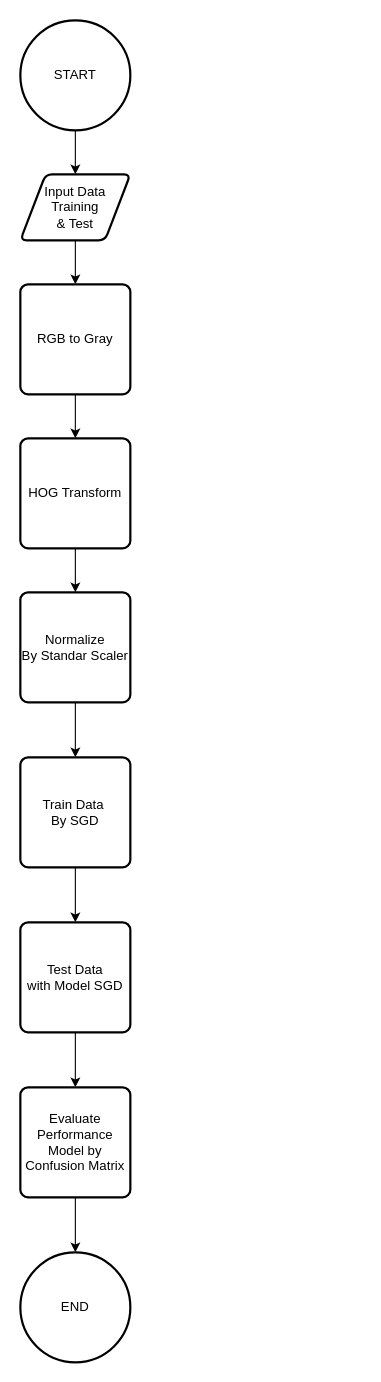
priaJuli/AI_docs_classification keeps this draw.io diagram as Untitled Diagram.drawio. Above is the earlier version. Source tidied: cells renumbered, new cells numbered last; positions are measured from the earlier drawing's top-left corner, leaving out a move shared by most shapes. Both pictures are drawn from the tidied source at 110%, with x=0, y=0 at pixel (20, 20).
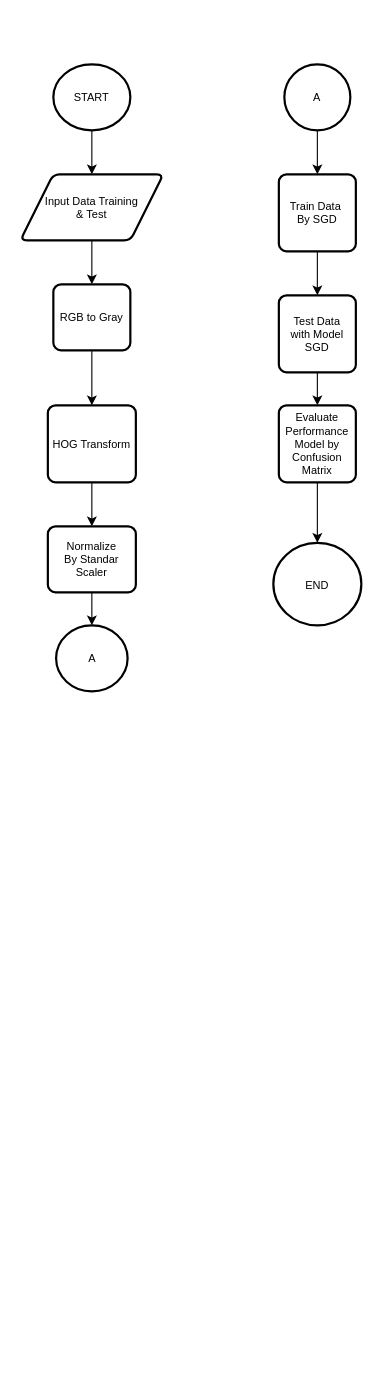
The same diagram, later.

The edit, as a diff of the source:
```diff
@@
-    <mxCell id="2" style="edgeStyle=orthogonalEdgeStyle;rounded=0;jettySize=auto;html=1;exitX=0.5;exitY=1;exitDx=0;exitDy=0;exitPerimeter=0;entryX=0.5;entryY=0;entryDx=0;entryDy=0;" parent="1" edge="1" source="3" target="5">
+    <mxCell id="2" style="edgeStyle=orthogonalEdgeStyle;rounded=0;jettySize=auto;html=1;exitX=0.5;exitY=1;exitDx=0;exitDy=0;exitPerimeter=0;entryX=0.5;entryY=0;entryDx=0;entryDy=0;fontSize=10;" parent="1" edge="1" source="3" target="5">
       <mxGeometry relative="1" as="geometry" />
     </mxCell>
-    <mxCell id="3" value="START" style="strokeWidth=2;html=1;shape=mxgraph.flowchart.start_2;whiteSpace=wrap;" parent="1" vertex="1">
-      <mxGeometry width="100" height="100" as="geometry" />
+    <mxCell id="3" value="START" style="strokeWidth=2;html=1;shape=mxgraph.flowchart.start_2;whiteSpace=wrap;fontSize=10;" parent="1" vertex="1">
+      <mxGeometry x="30" y="40" width="70" height="60" as="geometry" />
     </mxCell>
-    <mxCell id="4" style="edgeStyle=orthogonalEdgeStyle;rounded=0;jettySize=auto;html=1;entryX=0.5;entryY=0;entryDx=0;entryDy=0;" parent="1" edge="1" source="5" target="7">
+    <mxCell id="4" style="edgeStyle=orthogonalEdgeStyle;rounded=0;jettySize=auto;html=1;entryX=0.5;entryY=0;entryDx=0;entryDy=0;fontSize=10;" parent="1" edge="1" source="5" target="7">
       <mxGeometry relative="1" as="geometry" />
     </mxCell>
-    <mxCell id="5" value="Input Data Training &lt;br&gt;&amp;amp; Test" style="shape=parallelogram;html=1;strokeWidth=2;perimeter=parallelogramPerimeter;whiteSpace=wrap;rounded=1;arcSize=12;size=0.23;" parent="1" vertex="1">
-      <mxGeometry y="140" width="100" height="60" as="geometry" />
+    <mxCell id="5" value="Input Data Training &lt;br style=&quot;font-size: 10px;&quot;&gt;&amp;amp; Test" style="shape=parallelogram;html=1;strokeWidth=2;perimeter=parallelogramPerimeter;whiteSpace=wrap;rounded=1;arcSize=12;size=0.23;fontSize=10;" parent="1" vertex="1">
+      <mxGeometry y="140" width="130" height="60" as="geometry" />
     </mxCell>
-    <mxCell id="6" style="edgeStyle=orthogonalEdgeStyle;rounded=0;jettySize=auto;html=1;exitX=0.5;exitY=1;exitDx=0;exitDy=0;entryX=0.5;entryY=0;entryDx=0;entryDy=0;" parent="1" edge="1" source="7" target="9">
+    <mxCell id="6" style="edgeStyle=orthogonalEdgeStyle;rounded=0;jettySize=auto;html=1;exitX=0.5;exitY=1;exitDx=0;exitDy=0;entryX=0.5;entryY=0;entryDx=0;entryDy=0;fontSize=10;" parent="1" edge="1" source="7" target="9">
       <mxGeometry relative="1" as="geometry" />
     </mxCell>
-    <mxCell id="7" value="RGB to Gray" style="rounded=1;whiteSpace=wrap;html=1;absoluteArcSize=1;arcSize=14;strokeWidth=2;" parent="1" vertex="1">
-      <mxGeometry y="240" width="100" height="100" as="geometry" />
+    <mxCell id="7" value="RGB to Gray" style="rounded=1;whiteSpace=wrap;html=1;absoluteArcSize=1;arcSize=14;strokeWidth=2;fontSize=10;" parent="1" vertex="1">
+      <mxGeometry x="30" y="240" width="70" height="60" as="geometry" />
     </mxCell>
-    <mxCell id="8" style="edgeStyle=orthogonalEdgeStyle;rounded=0;jettySize=auto;html=1;exitX=0.5;exitY=1;exitDx=0;exitDy=0;entryX=0.5;entryY=0;entryDx=0;entryDy=0;" parent="1" edge="1" source="9" target="11">
+    <mxCell id="8" style="edgeStyle=orthogonalEdgeStyle;rounded=0;jettySize=auto;html=1;exitX=0.5;exitY=1;exitDx=0;exitDy=0;entryX=0.5;entryY=0;entryDx=0;entryDy=0;fontSize=10;" parent="1" edge="1" source="9" target="11">
       <mxGeometry relative="1" as="geometry" />
     </mxCell>
-    <mxCell id="9" value="HOG Transform" style="rounded=1;whiteSpace=wrap;html=1;absoluteArcSize=1;arcSize=14;strokeWidth=2;" parent="1" vertex="1">
-      <mxGeometry y="380" width="100" height="100" as="geometry" />
+    <mxCell id="9" value="HOG Transform" style="rounded=1;whiteSpace=wrap;html=1;absoluteArcSize=1;arcSize=14;strokeWidth=2;fontSize=10;" parent="1" vertex="1">
+      <mxGeometry x="25" y="350" width="80" height="70" as="geometry" />
     </mxCell>
-    <mxCell id="10" style="edgeStyle=orthogonalEdgeStyle;rounded=0;jettySize=auto;html=1;exitX=0.5;exitY=1;exitDx=0;exitDy=0;entryX=0.5;entryY=0;entryDx=0;entryDy=0;" parent="1" edge="1" source="11" target="13">
+    <mxCell id="10" style="edgeStyle=orthogonalEdgeStyle;rounded=0;jettySize=auto;html=1;exitX=0.5;exitY=1;exitDx=0;exitDy=0;fontSize=10;" parent="1" edge="1" source="11" target="19">
       <mxGeometry relative="1" as="geometry" />
     </mxCell>
-    <mxCell id="11" value="Normalize&lt;br&gt;By Standar Scaler" style="rounded=1;whiteSpace=wrap;html=1;absoluteArcSize=1;arcSize=14;strokeWidth=2;" parent="1" vertex="1">
-      <mxGeometry y="520" width="100" height="100" as="geometry" />
+    <mxCell id="11" value="Normalize&lt;br style=&quot;font-size: 10px;&quot;&gt;By Standar Scaler" style="rounded=1;whiteSpace=wrap;html=1;absoluteArcSize=1;arcSize=14;strokeWidth=2;fontSize=10;" parent="1" vertex="1">
+      <mxGeometry x="25" y="460" width="80" height="60" as="geometry" />
     </mxCell>
-    <mxCell id="12" style="edgeStyle=orthogonalEdgeStyle;rounded=0;jettySize=auto;html=1;exitX=0.5;exitY=1;exitDx=0;exitDy=0;entryX=0.5;entryY=0;entryDx=0;entryDy=0;" parent="1" edge="1" source="13" target="15">
+    <mxCell id="12" style="edgeStyle=orthogonalEdgeStyle;rounded=0;jettySize=auto;html=1;exitX=0.5;exitY=1;exitDx=0;exitDy=0;entryX=0.5;entryY=0;entryDx=0;entryDy=0;fontSize=10;" parent="1" edge="1" source="13" target="15">
       <mxGeometry relative="1" as="geometry" />
     </mxCell>
-    <mxCell id="13" value="Train Data&amp;nbsp;&lt;br&gt;By SGD" style="rounded=1;whiteSpace=wrap;html=1;absoluteArcSize=1;arcSize=14;strokeWidth=2;" parent="1" vertex="1">
-      <mxGeometry y="670" width="100" height="100" as="geometry" />
+    <mxCell id="13" value="Train Data&amp;nbsp;&lt;br style=&quot;font-size: 10px;&quot;&gt;By SGD" style="rounded=1;whiteSpace=wrap;html=1;absoluteArcSize=1;arcSize=14;strokeWidth=2;fontSize=10;" parent="1" vertex="1">
+      <mxGeometry x="235" y="140" width="70" height="70" as="geometry" />
     </mxCell>
-    <mxCell id="14" style="edgeStyle=orthogonalEdgeStyle;rounded=0;jettySize=auto;html=1;exitX=0.5;exitY=1;exitDx=0;exitDy=0;entryX=0.5;entryY=0;entryDx=0;entryDy=0;" parent="1" edge="1" source="15" target="17">
+    <mxCell id="14" style="edgeStyle=orthogonalEdgeStyle;rounded=0;jettySize=auto;html=1;exitX=0.5;exitY=1;exitDx=0;exitDy=0;entryX=0.5;entryY=0;entryDx=0;entryDy=0;fontSize=10;" parent="1" edge="1" source="15" target="17">
       <mxGeometry relative="1" as="geometry" />
     </mxCell>
-    <mxCell id="15" value="Test Data&lt;br&gt;with Model SGD" style="rounded=1;whiteSpace=wrap;html=1;absoluteArcSize=1;arcSize=14;strokeWidth=2;" parent="1" vertex="1">
-      <mxGeometry y="820" width="100" height="100" as="geometry" />
+    <mxCell id="15" value="Test Data&lt;br style=&quot;font-size: 10px;&quot;&gt;with Model SGD" style="rounded=1;whiteSpace=wrap;html=1;absoluteArcSize=1;arcSize=14;strokeWidth=2;fontSize=10;" parent="1" vertex="1">
+      <mxGeometry x="235" y="250" width="70" height="70" as="geometry" />
     </mxCell>
-    <mxCell id="16" style="edgeStyle=orthogonalEdgeStyle;rounded=0;jettySize=auto;html=1;exitX=0.5;exitY=1;exitDx=0;exitDy=0;entryX=0.5;entryY=0;entryDx=0;entryDy=0;entryPerimeter=0;" parent="1" edge="1" source="17" target="18">
+    <mxCell id="16" style="edgeStyle=orthogonalEdgeStyle;rounded=0;jettySize=auto;html=1;exitX=0.5;exitY=1;exitDx=0;exitDy=0;entryX=0.5;entryY=0;entryDx=0;entryDy=0;entryPerimeter=0;fontSize=10;" parent="1" edge="1" source="17" target="18">
       <mxGeometry relative="1" as="geometry" />
     </mxCell>
-    <mxCell id="17" value="Evaluate Performance Model by&lt;br&gt;Confusion Matrix" style="rounded=1;whiteSpace=wrap;html=1;absoluteArcSize=1;arcSize=14;strokeWidth=2;" parent="1" vertex="1">
-      <mxGeometry y="970" width="100" height="100" as="geometry" />
+    <mxCell id="17" value="Evaluate Performance Model by&lt;br style=&quot;font-size: 10px;&quot;&gt;Confusion Matrix" style="rounded=1;whiteSpace=wrap;html=1;absoluteArcSize=1;arcSize=14;strokeWidth=2;fontSize=10;" parent="1" vertex="1">
+      <mxGeometry x="235" y="350" width="70" height="70" as="geometry" />
     </mxCell>
-    <mxCell id="18" value="END" style="strokeWidth=2;html=1;shape=mxgraph.flowchart.start_2;whiteSpace=wrap;" parent="1" vertex="1">
-      <mxGeometry y="1120" width="100" height="100" as="geometry" />
+    <mxCell id="18" value="END" style="strokeWidth=2;html=1;shape=mxgraph.flowchart.start_2;whiteSpace=wrap;fontSize=10;" parent="1" vertex="1">
+      <mxGeometry x="230" y="475" width="80" height="75" as="geometry" />
     </mxCell>
+    <mxCell id="19" value="A" style="strokeWidth=2;html=1;shape=mxgraph.flowchart.start_2;whiteSpace=wrap;fontSize=10;" parent="1" vertex="1">
+      <mxGeometry x="32.5" y="550" width="65" height="60" as="geometry" />
+    </mxCell>
+    <mxCell id="20" style="edgeStyle=orthogonalEdgeStyle;rounded=0;jettySize=auto;html=1;exitX=0.5;exitY=1;exitDx=0;exitDy=0;exitPerimeter=0;entryX=0.5;entryY=0;entryDx=0;entryDy=0;fontSize=10;" parent="1" edge="1" source="21" target="13">
+      <mxGeometry relative="1" as="geometry" />
+    </mxCell>
+    <mxCell id="21" value="A" style="strokeWidth=2;html=1;shape=mxgraph.flowchart.start_2;whiteSpace=wrap;fontSize=10;" parent="1" vertex="1">
+      <mxGeometry x="240" y="40" width="60" height="60" as="geometry" />
+    </mxCell>
```
